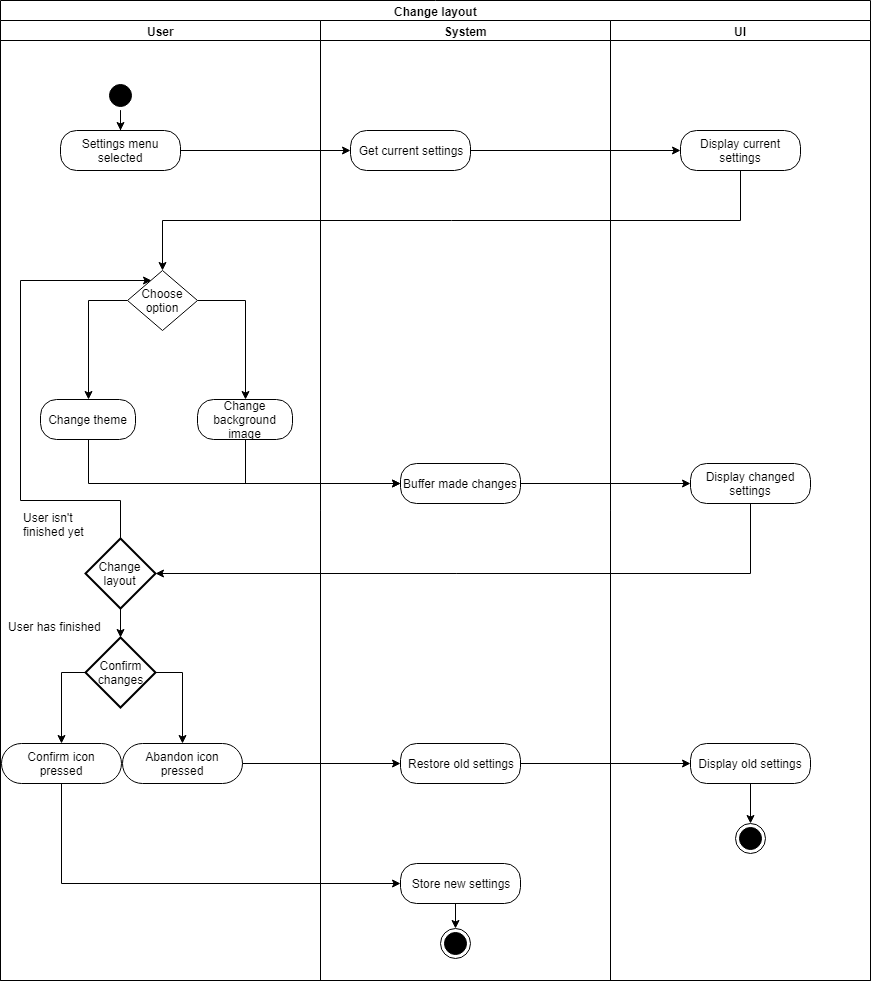
This is docs/specifications/ucs/layout/change_layout/activity_diagrams/change_layout.png from raphaelmue/dashup, a draw.io export, as it was before one commit. Source tidied: cells renumbered, new cells last; positions are measured from the earlier drawing's top-left corner, leaving out a move shared by most shapes.
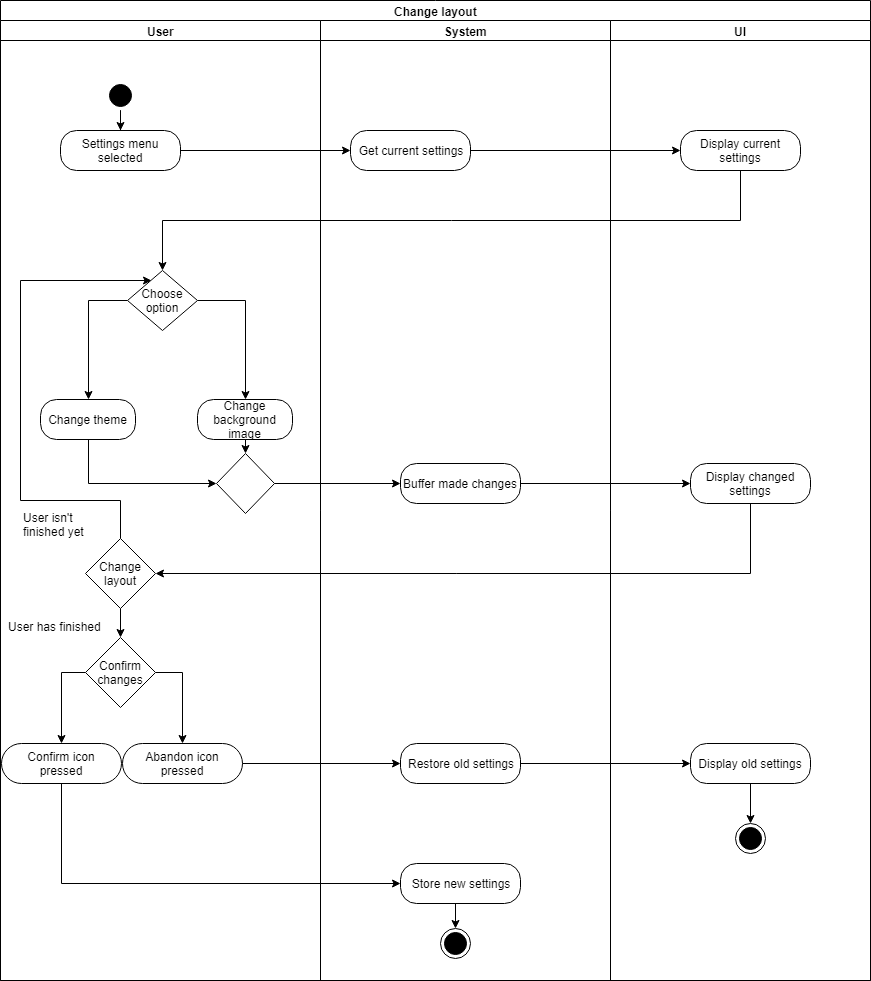
Above is the later version.

The edit, as a diff of the source:
```diff
@@ -47,7 +47,7 @@
         </Array>
       </mxGeometry>
     </mxCell>
-    <mxCell id="15" value="Change layout" style="strokeWidth=2;html=1;shape=mxgraph.flowchart.decision;whiteSpace=wrap;fillColor=#FFFFFF;" parent="12" vertex="1">
+    <mxCell id="15" value="Change layout" style="strokeWidth=1;html=1;shape=mxgraph.flowchart.decision;whiteSpace=wrap;fillColor=#FFFFFF;" parent="12" vertex="1">
       <mxGeometry x="85" y="518" width="70" height="70" as="geometry" />
     </mxCell>
     <mxCell id="16" style="edgeStyle=orthogonalEdgeStyle;rounded=0;jettySize=auto;html=1;exitX=0.5;exitY=0;exitDx=0;exitDy=0;exitPerimeter=0;" parent="12" edge="1" source="18" target="20">
@@ -58,7 +58,7 @@
         <mxPoint x="61" y="723" as="targetPoint" />
       </mxGeometry>
     </mxCell>
-    <mxCell id="18" value="Confirm&lt;br&gt;changes&lt;br&gt;" style="strokeWidth=2;html=1;shape=mxgraph.flowchart.decision;whiteSpace=wrap;fillColor=#FFFFFF;direction=south;" parent="12" vertex="1">
+    <mxCell id="18" value="Confirm&lt;br&gt;changes&lt;br&gt;" style="strokeWidth=1;html=1;shape=mxgraph.flowchart.decision;whiteSpace=wrap;fillColor=#FFFFFF;direction=south;" parent="12" vertex="1">
       <mxGeometry x="85" y="617" width="70" height="70" as="geometry" />
     </mxCell>
     <mxCell id="19" style="edgeStyle=orthogonalEdgeStyle;rounded=0;jettySize=auto;html=1;exitX=0.5;exitY=1;exitDx=0;exitDy=0;exitPerimeter=0;entryX=0;entryY=0.5;entryDx=0;entryDy=0;strokeColor=#000000;entryPerimeter=0;" parent="12" edge="1" source="15" target="18">
@@ -76,15 +76,24 @@
     <mxCell id="23" value="Choose&lt;br&gt;option&lt;br&gt;" style="strokeWidth=1;html=1;shape=mxgraph.flowchart.decision;whiteSpace=wrap;fillColor=#FFFFFF;strokeColor=#000000;" parent="12" vertex="1">
       <mxGeometry x="127" y="250" width="70" height="60" as="geometry" />
     </mxCell>
+    <mxCell id="48" style="edgeStyle=orthogonalEdgeStyle;rounded=0;jettySize=auto;html=1;exitX=0.5;exitY=1;exitDx=0;exitDy=0;entryX=0;entryY=0.5;entryDx=0;entryDy=0;entryPerimeter=0;" parent="12" edge="1" source="24" target="50">
+      <mxGeometry relative="1" as="geometry" />
+    </mxCell>
     <mxCell id="24" value="Change theme" style="rounded=1;whiteSpace=wrap;html=1;arcSize=40;fontColor=#000000;fillColor=#ffffff;strokeColor=#000000;" parent="12" vertex="1">
       <mxGeometry x="40" y="379" width="95" height="40" as="geometry" />
     </mxCell>
+    <mxCell id="49" style="edgeStyle=orthogonalEdgeStyle;rounded=0;jettySize=auto;html=1;exitX=0.5;exitY=1;exitDx=0;exitDy=0;entryX=0.5;entryY=0;entryDx=0;entryDy=0;entryPerimeter=0;" parent="12" edge="1" source="25" target="50">
+      <mxGeometry relative="1" as="geometry" />
+    </mxCell>
     <mxCell id="25" value="Change background image" style="rounded=1;whiteSpace=wrap;html=1;arcSize=40;fontColor=#000000;fillColor=#ffffff;strokeColor=#000000;" parent="12" vertex="1">
       <mxGeometry x="197" y="379" width="95" height="40" as="geometry" />
     </mxCell>
     <mxCell id="26" value="User has finished" style="text;html=1;align=left;verticalAlign=top;spacingTop=-4;" parent="12" vertex="1">
       <mxGeometry x="6" y="597" width="110" height="20" as="geometry" />
     </mxCell>
+    <mxCell id="50" style="strokeWidth=1;html=1;shape=mxgraph.flowchart.decision;whiteSpace=wrap;fillColor=#FFFFFF;strokeColor=#000000;" parent="12" vertex="1">
+      <mxGeometry x="216" y="433" width="58" height="60" as="geometry" />
+    </mxCell>
     <mxCell id="27" value="System" style="swimlane;html=1;startSize=20;" parent="11" vertex="1">
       <mxGeometry x="320" y="20" width="290" height="960" as="geometry" />
     </mxCell>
@@ -140,15 +149,12 @@
     <mxCell id="43" style="edgeStyle=orthogonalEdgeStyle;rounded=0;jettySize=auto;html=1;exitX=0.5;exitY=1;exitDx=0;exitDy=0;entryX=0.5;entryY=0;entryDx=0;entryDy=0;entryPerimeter=0;" parent="11" edge="1" source="38" target="23">
       <mxGeometry relative="1" as="geometry" />
     </mxCell>
-    <mxCell id="44" style="edgeStyle=orthogonalEdgeStyle;rounded=0;jettySize=auto;html=1;exitX=0.5;exitY=1;exitDx=0;exitDy=0;entryX=0;entryY=0.5;entryDx=0;entryDy=0;" parent="11" edge="1" source="24" target="30">
-      <mxGeometry relative="1" as="geometry" />
-    </mxCell>
-    <mxCell id="45" style="edgeStyle=orthogonalEdgeStyle;rounded=0;jettySize=auto;html=1;exitX=0.5;exitY=1;exitDx=0;exitDy=0;entryX=0;entryY=0.5;entryDx=0;entryDy=0;" parent="11" edge="1" source="25" target="30">
-      <mxGeometry relative="1" as="geometry" />
-    </mxCell>
     <mxCell id="46" style="edgeStyle=orthogonalEdgeStyle;rounded=0;jettySize=auto;html=1;exitX=0.5;exitY=1;exitDx=0;exitDy=0;entryX=0;entryY=0.5;entryDx=0;entryDy=0;" parent="11" edge="1" source="13" target="29">
       <mxGeometry relative="1" as="geometry" />
     </mxCell>
+    <mxCell id="51" style="edgeStyle=orthogonalEdgeStyle;rounded=0;jettySize=auto;html=1;exitX=1;exitY=0.5;exitDx=0;exitDy=0;exitPerimeter=0;" parent="11" edge="1" source="50" target="30">
+      <mxGeometry relative="1" as="geometry" />
+    </mxCell>
     <mxCell id="47" value="User isn't &lt;br&gt;finished yet" style="text;html=1;align=left;verticalAlign=top;spacingTop=-4;" parent="1" vertex="1">
       <mxGeometry x="21" y="508" width="80" height="30" as="geometry" />
     </mxCell>
```
